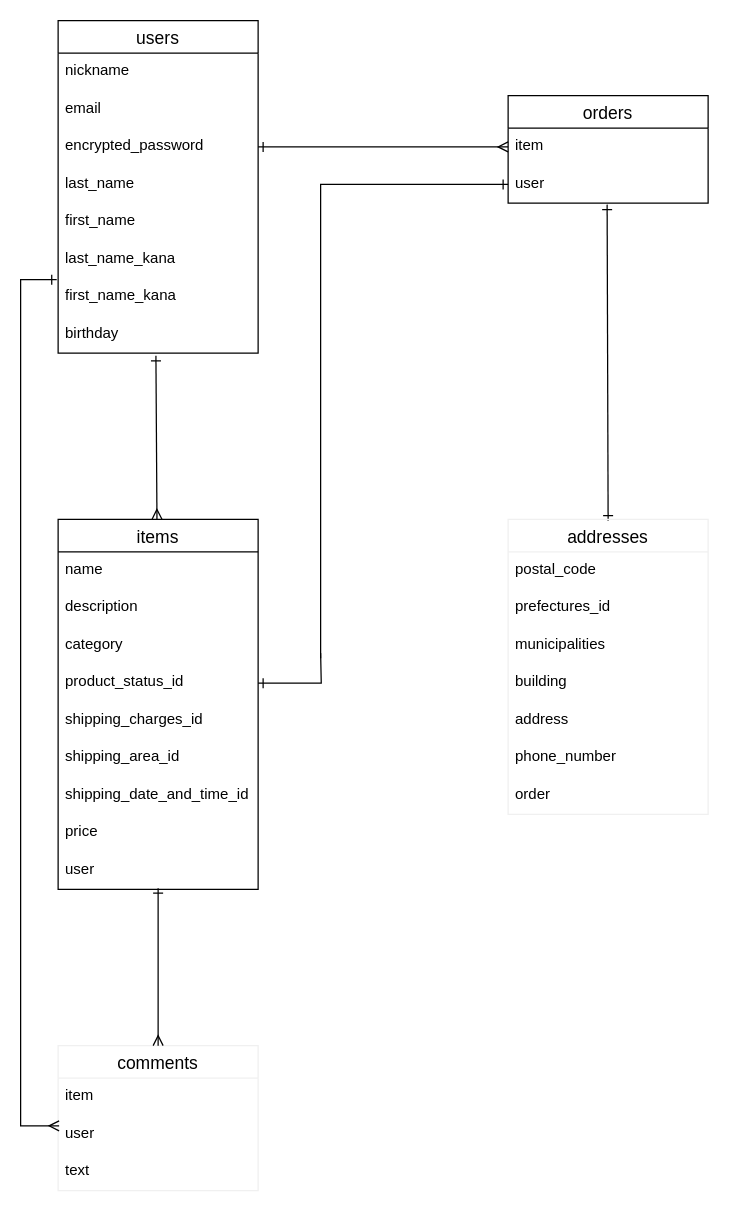
Above: er.dio in shotaoba/furima-35958 (draw.io), before the change. Source tidied: cells renumbered, new cells numbered last; positions are measured from the earlier drawing's top-left corner, leaving out a move shared by most shapes. Both pictures are drawn from the tidied source at 125%, with x=0, y=0 at pixel (20, 20).
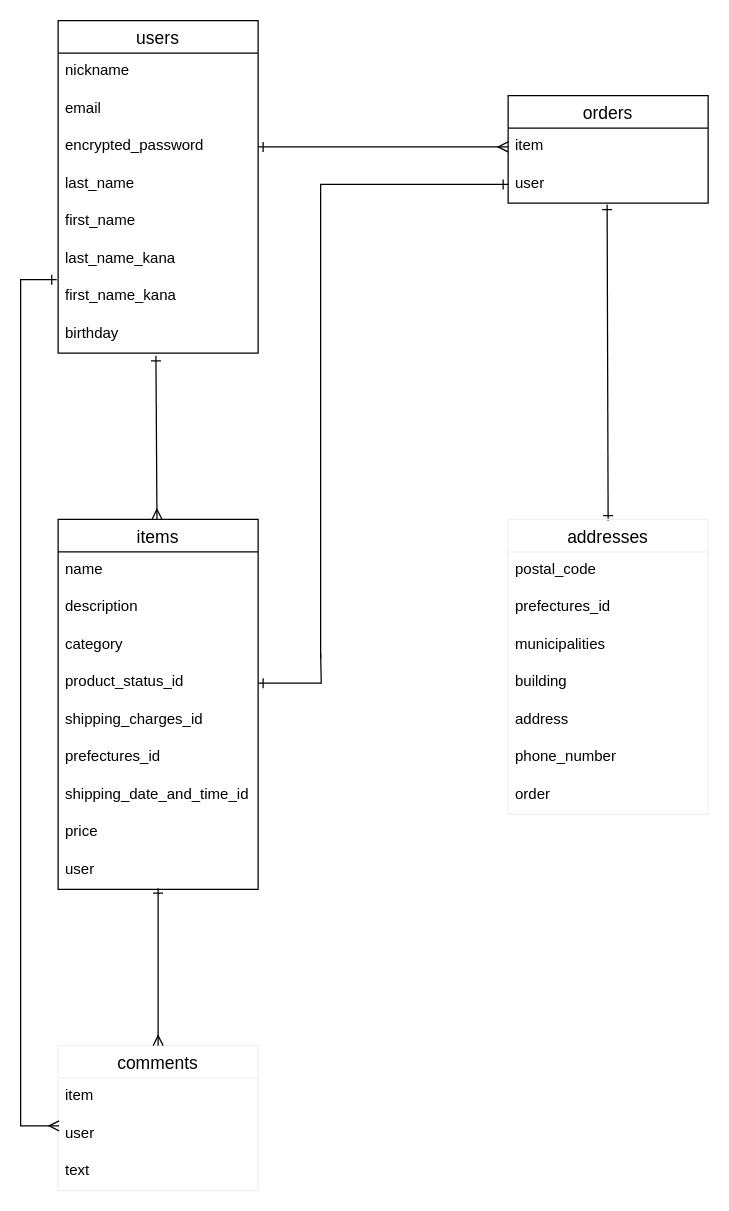
The same diagram, later.

The change refers to these unchanged cells:
```xml
<mxCell id="11" value="items" style="swimlane;fontStyle=0;horizontal=1;startSize=26;align=center;fontSize=14;" parent="1" vertex="1">
  <mxGeometry x="30" y="399" width="160" height="296" as="geometry" />
</mxCell>
```

Change to the diagram source:
```diff
@@
-    <mxCell id="17" value="shipping_area_id" style="text;strokeColor=none;fillColor=none;spacingLeft=4;spacingRight=4;overflow=hidden;fontSize=12;" parent="11" vertex="1">
+    <mxCell id="17" value=" prefectures_id" style="text;strokeColor=none;fillColor=none;spacingLeft=4;spacingRight=4;overflow=hidden;fontSize=12;" parent="11" vertex="1">
       <mxGeometry y="176" width="160" height="30" as="geometry" />
     </mxCell>
```
